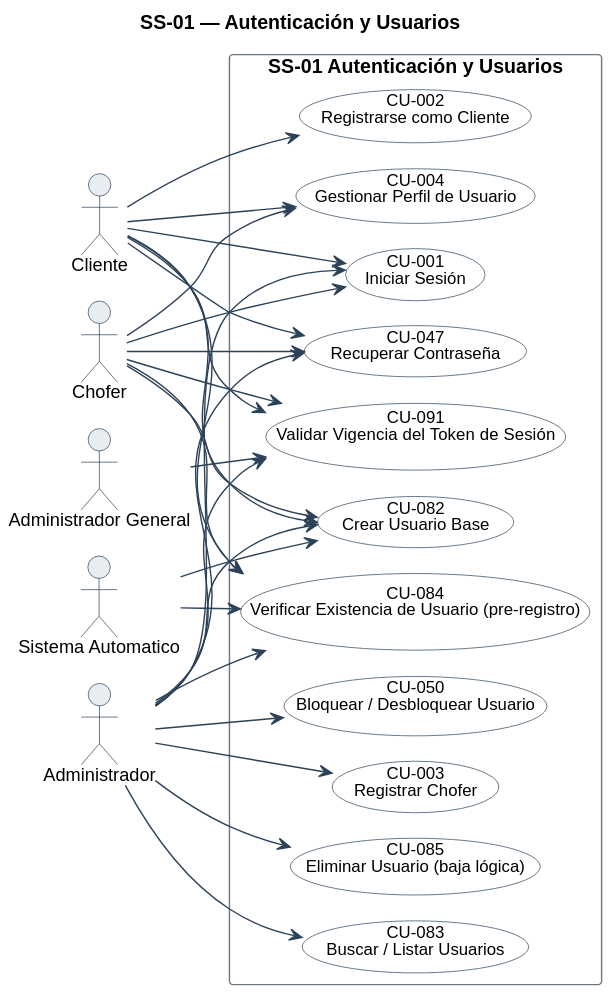
The PlantUML diagram diagramas/uml/CU_SS-01_Autenticacion-Y-Usuarios.svg in Nahuelito-Dev/splg-docs, before a commit. Source of this version:
```plantuml
@startuml
!pragma layout smetana
title SS-01 — Autenticación y Usuarios
left to right direction
skinparam backgroundColor #FFFFFF
skinparam shadowing false
skinparam defaultFontName Helvetica
skinparam defaultFontSize 13
skinparam ArrowColor #2C4257
skinparam actor {
  BorderColor #2C4257
  BackgroundColor #E8EDF2
}
skinparam usecase {
  BorderColor #2C4257
  BackgroundColor #FFFFFF
  FontSize 12
  BorderColor<<pendiente>> #9C4436
  BackgroundColor<<pendiente>> #F6E4E1
}
skinparam rectangle {
  BorderColor #6B7683
  FontSize 14
  FontStyle bold
}

actor "Cliente" as A1
actor "Chofer" as A2
actor "Administrador" as A3
actor "Sistema Automatico" as A4
actor "Administrador General" as A5

rectangle "SS-01 Autenticación y Usuarios" {
  usecase "CU-001\nIniciar Sesión" as U1
  usecase "CU-002\nRegistrarse como Cliente" as U2
  usecase "CU-003\nRegistrar Chofer" as U3
  usecase "CU-004\nGestionar Perfil de Usuario" as U4
  usecase "CU-047\nRecuperar Contraseña" as U47
  usecase "CU-050\nBloquear / Desbloquear Usuario" as U50
  usecase "CU-082\nCrear Usuario Base" as U82
  usecase "CU-083\nBuscar / Listar Usuarios" as U83
  usecase "CU-084\nVerificar Existencia de Usuario (pre-registro)" as U84
  usecase "CU-085\nEliminar Usuario (baja lógica)" as U85
  usecase "CU-091\nValidar Vigencia del Token de Sesión" as U91
}

A1 --> U1
A2 --> U1
A3 --> U1
A1 --> U2
A3 --> U3
A1 --> U4
A2 --> U4
A1 --> U47
A2 --> U47
A3 --> U47
A3 --> U50
A1 --> U82
A2 --> U82
A3 --> U82
A4 --> U82
A3 --> U83
A1 --> U84
A2 --> U84
A3 --> U84
A4 --> U84
A3 --> U85
A1 --> U91
A2 --> U91
A3 --> U91
A5 --> U91
@enduml
```
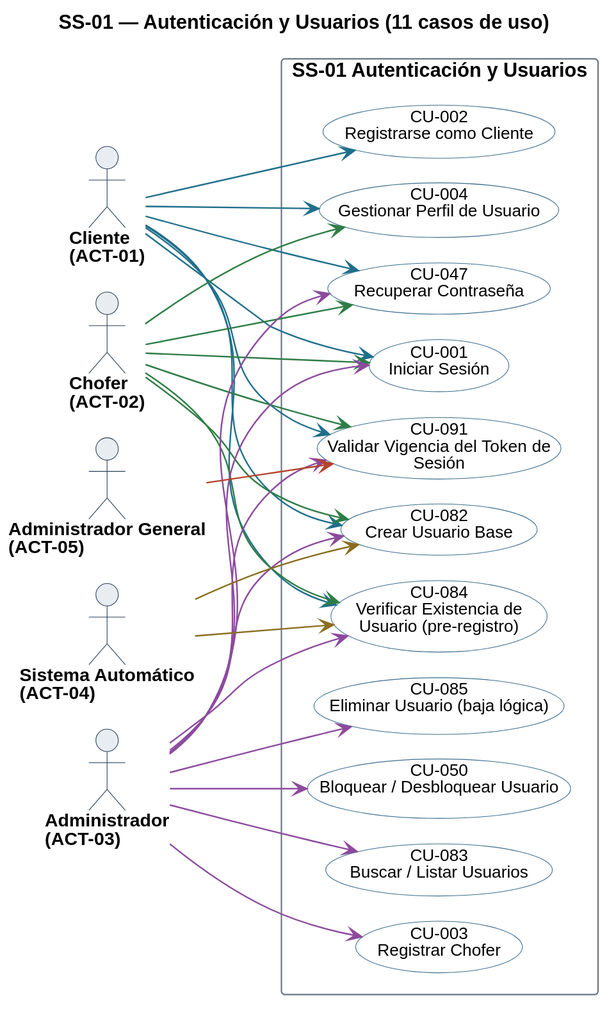
The same file after the commit.

Change to the diagram source:
```diff
@@ -1,22 +1,23 @@
 @startuml
-!pragma layout smetana
-title SS-01 — Autenticación y Usuarios
+title SS-01 — Autenticación y Usuarios (11 casos de uso)
 left to right direction
 skinparam backgroundColor #FFFFFF
 skinparam shadowing false
 skinparam defaultFontName Helvetica
 skinparam defaultFontSize 13
+skinparam dpi 150
 skinparam ArrowColor #2C4257
+skinparam ArrowThickness 1.1
 skinparam actor {
   BorderColor #2C4257
   BackgroundColor #E8EDF2
+  FontSize 13
+  FontStyle bold
 }
 skinparam usecase {
   BorderColor #2C4257
   BackgroundColor #FFFFFF
   FontSize 12
-  BorderColor<<pendiente>> #9C4436
-  BackgroundColor<<pendiente>> #F6E4E1
 }
 skinparam rectangle {
   BorderColor #6B7683
@@ -24,49 +25,56 @@
   FontStyle bold
 }
 
-actor "Cliente" as A1
-actor "Chofer" as A2
-actor "Administrador" as A3
-actor "Sistema Automatico" as A4
-actor "Administrador General" as A5
+skinparam nodesep 18
+skinparam ranksep 70
+skinparam usecase {
+  BorderColor<<pendiente>> #9C4436
+  BackgroundColor<<pendiente>> #F6E4E1
+}
+
+actor "Cliente\n(ACT-01)" as A01
+actor "Chofer\n(ACT-02)" as A02
+actor "Administrador\n(ACT-03)" as A03
+actor "Sistema Automático\n(ACT-04)" as A04
+actor "Administrador General\n(ACT-05)" as A05
 
 rectangle "SS-01 Autenticación y Usuarios" {
-  usecase "CU-001\nIniciar Sesión" as U1
-  usecase "CU-002\nRegistrarse como Cliente" as U2
-  usecase "CU-003\nRegistrar Chofer" as U3
-  usecase "CU-004\nGestionar Perfil de Usuario" as U4
-  usecase "CU-047\nRecuperar Contraseña" as U47
-  usecase "CU-050\nBloquear / Desbloquear Usuario" as U50
-  usecase "CU-082\nCrear Usuario Base" as U82
-  usecase "CU-083\nBuscar / Listar Usuarios" as U83
-  usecase "CU-084\nVerificar Existencia de Usuario (pre-registro)" as U84
-  usecase "CU-085\nEliminar Usuario (baja lógica)" as U85
-  usecase "CU-091\nValidar Vigencia del Token de Sesión" as U91
+  usecase "CU-001\nIniciar Sesión" as U001 #back:FFFFFF;line:3C6E8F
+  usecase "CU-002\nRegistrarse como Cliente" as U002 #back:FFFFFF;line:3C6E8F
+  usecase "CU-003\nRegistrar Chofer" as U003 #back:FFFFFF;line:3C6E8F
+  usecase "CU-004\nGestionar Perfil de Usuario" as U004 #back:FFFFFF;line:3C6E8F
+  usecase "CU-047\nRecuperar Contraseña" as U047 #back:FFFFFF;line:3C6E8F
+  usecase "CU-050\nBloquear / Desbloquear Usuario" as U050 #back:FFFFFF;line:3C6E8F
+  usecase "CU-082\nCrear Usuario Base" as U082 #back:FFFFFF;line:3C6E8F
+  usecase "CU-083\nBuscar / Listar Usuarios" as U083 #back:FFFFFF;line:3C6E8F
+  usecase "CU-084\nVerificar Existencia de\nUsuario (pre-registro)" as U084 #back:FFFFFF;line:3C6E8F
+  usecase "CU-085\nEliminar Usuario (baja lógica)" as U085 #back:FFFFFF;line:3C6E8F
+  usecase "CU-091\nValidar Vigencia del Token de\nSesión" as U091 #back:FFFFFF;line:3C6E8F
 }
 
-A1 --> U1
-A2 --> U1
-A3 --> U1
-A1 --> U2
-A3 --> U3
-A1 --> U4
-A2 --> U4
-A1 --> U47
-A2 --> U47
-A3 --> U47
-A3 --> U50
-A1 --> U82
-A2 --> U82
-A3 --> U82
-A4 --> U82
-A3 --> U83
-A1 --> U84
-A2 --> U84
-A3 --> U84
-A4 --> U84
-A3 --> U85
-A1 --> U91
-A2 --> U91
-A3 --> U91
-A5 --> U91
+A01 -[#1F6F8B]-> U001
+A01 -[#1F6F8B]-> U002
+A01 -[#1F6F8B]-> U004
+A01 -[#1F6F8B]-> U047
+A01 -[#1F6F8B]-> U082
+A01 -[#1F6F8B]-> U084
+A01 -[#1F6F8B]-> U091
+A02 -[#2E7D46]-> U001
+A02 -[#2E7D46]-> U004
+A02 -[#2E7D46]-> U047
+A02 -[#2E7D46]-> U082
+A02 -[#2E7D46]-> U084
+A02 -[#2E7D46]-> U091
+A03 -[#8C4A9E]-> U001
+A03 -[#8C4A9E]-> U003
+A03 -[#8C4A9E]-> U047
+A03 -[#8C4A9E]-> U050
+A03 -[#8C4A9E]-> U082
+A03 -[#8C4A9E]-> U083
+A03 -[#8C4A9E]-> U084
+A03 -[#8C4A9E]-> U085
+A03 -[#8C4A9E]-> U091
+A04 -[#8A6D1F]-> U082
+A04 -[#8A6D1F]-> U084
+A05 -[#B4432B]-> U091
 @enduml
```
